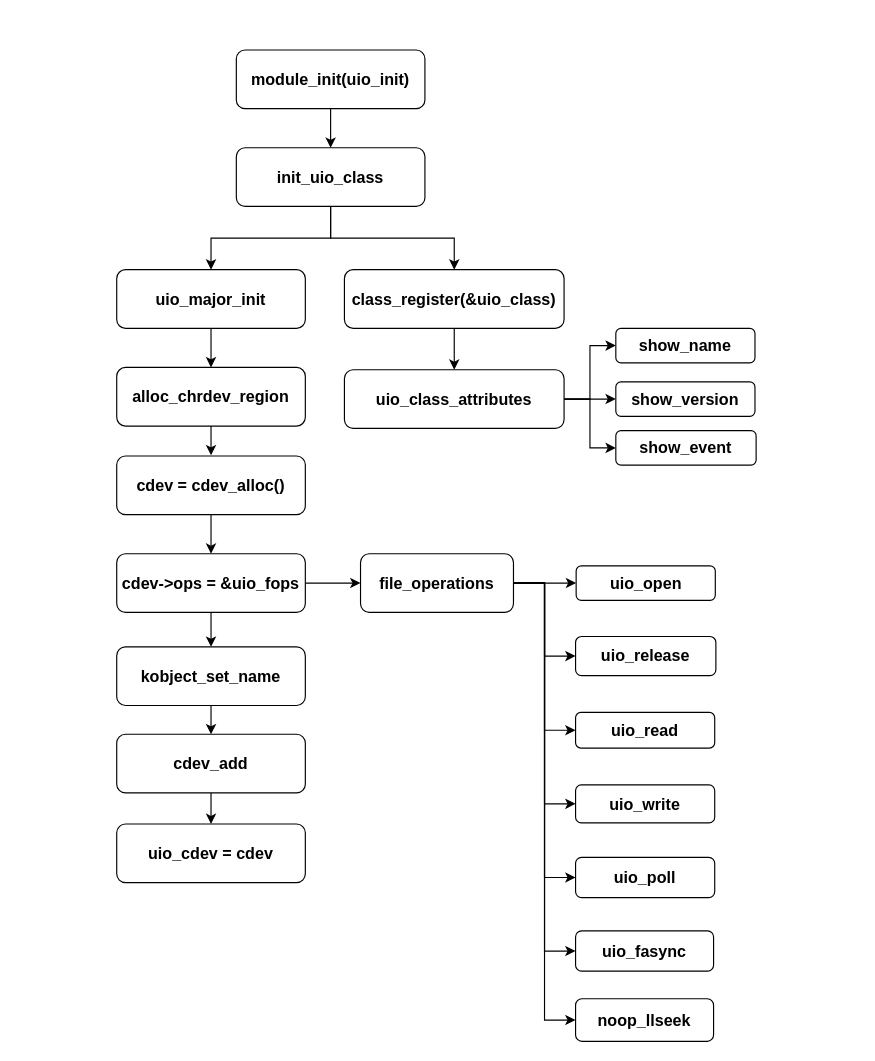
Before: page "第 1 页" (1 of 2) of img/uio驱动注册流程.drawio in yangpo95/Images, a draw.io diagram. Source tidied: cells renumbered, new cells numbered last; positions are measured from the earlier drawing's top-left corner, leaving out a move shared by most shapes. Both pictures are drawn from the tidied source at 115%, with x=0, y=0 at pixel (116, 49).
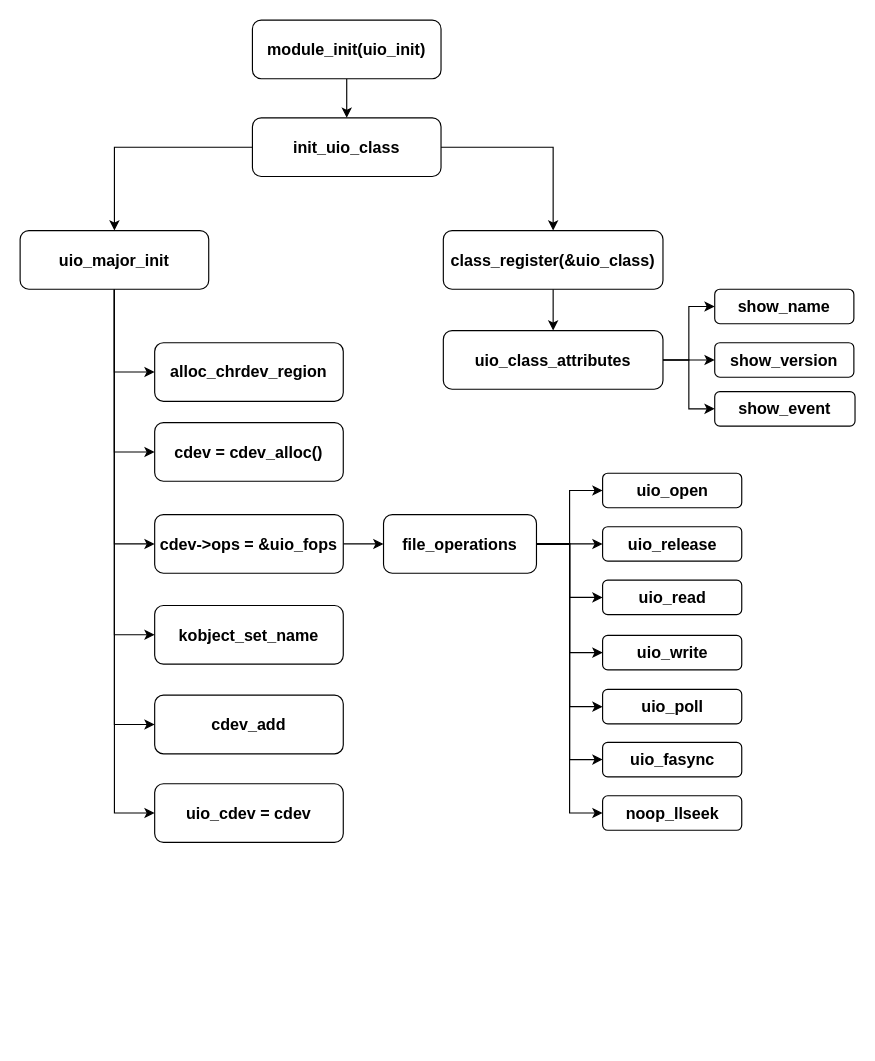
Above is the later version.

Commit message:
更新uio驱动注册流程.drawio

Change to the diagram source:
```diff
@@
-    <mxCell id="2" style="edgeStyle=orthogonalEdgeStyle;rounded=0;jettySize=auto;html=1;entryX=0.5;entryY=0;entryDx=0;entryDy=0;" parent="1" edge="1" source="3" target="6">
+    <mxCell id="2" style="edgeStyle=orthogonalEdgeStyle;rounded=0;jettySize=auto;html=1;entryX=0.5;entryY=0;entryDx=0;entryDy=0;spacing=2;fontFamily=Helvetica;" parent="1" edge="1" source="3" target="6">
       <mxGeometry relative="1" as="geometry" />
     </mxCell>
-    <mxCell id="3" value="&lt;font style=&quot;font-size: 14px&quot;&gt;&lt;b&gt;module_init(uio_init)&lt;/b&gt;&lt;/font&gt;" style="rounded=1;whiteSpace=wrap;html=1;" parent="1" vertex="1">
-      <mxGeometry x="104" width="164" height="51" as="geometry" />
+    <mxCell id="3" value="&lt;font style=&quot;font-size: 14px&quot;&gt;&lt;b&gt;module_init(uio_init)&lt;/b&gt;&lt;/font&gt;" style="rounded=1;whiteSpace=wrap;html=1;spacing=2;fontFamily=Helvetica;" parent="1" vertex="1">
+      <mxGeometry x="118" y="-26" width="164" height="51" as="geometry" />
     </mxCell>
+    <mxCell id="5" style="edgeStyle=orthogonalEdgeStyle;rounded=0;jettySize=auto;html=1;fontFamily=Helvetica;fontColor=#000000;" parent="1" edge="1" source="6" target="8">
+      <mxGeometry relative="1" as="geometry" />
+    </mxCell>
-    <mxCell id="4" style="edgeStyle=orthogonalEdgeStyle;rounded=0;jettySize=auto;html=1;entryX=0.5;entryY=0;entryDx=0;entryDy=0;" parent="1" edge="1" source="6" target="10">
+    <mxCell id="4" style="edgeStyle=orthogonalEdgeStyle;rounded=0;jettySize=auto;html=1;fontFamily=Helvetica;fontColor=#000000;" parent="1" edge="1" source="6" target="10">
       <mxGeometry relative="1" as="geometry" />
     </mxCell>
-    <mxCell id="5" style="edgeStyle=orthogonalEdgeStyle;rounded=0;jettySize=auto;html=1;" parent="1" edge="1" source="6" target="8">
-      <mxGeometry relative="1" as="geometry" />
-    </mxCell>
-    <mxCell id="6" value="&lt;font style=&quot;font-size: 14px&quot;&gt;&lt;b&gt;init_uio_class&lt;/b&gt;&lt;/font&gt;" style="rounded=1;whiteSpace=wrap;html=1;" parent="1" vertex="1">
-      <mxGeometry x="104" y="85" width="164" height="51" as="geometry" />
+    <mxCell id="6" value="&lt;font style=&quot;font-size: 14px&quot;&gt;&lt;b&gt;init_uio_class&lt;/b&gt;&lt;/font&gt;" style="rounded=1;whiteSpace=wrap;html=1;spacing=2;fontFamily=Helvetica;" parent="1" vertex="1">
+      <mxGeometry x="118" y="59" width="164" height="51" as="geometry" />
     </mxCell>
-    <mxCell id="7" style="edgeStyle=orthogonalEdgeStyle;rounded=0;jettySize=auto;html=1;entryX=0.5;entryY=0;entryDx=0;entryDy=0;" parent="1" edge="1" source="8" target="12">
+    <mxCell id="7" style="edgeStyle=orthogonalEdgeStyle;rounded=0;jettySize=auto;html=1;entryX=0;entryY=0.5;entryDx=0;entryDy=0;fontFamily=Helvetica;fontColor=#000000;" parent="1" edge="1" source="8" target="12">
       <mxGeometry relative="1" as="geometry" />
     </mxCell>
+    <mxCell id="45" style="edgeStyle=orthogonalEdgeStyle;rounded=0;jettySize=auto;html=1;entryX=0;entryY=0.5;entryDx=0;entryDy=0;fontFamily=Helvetica;fontColor=#000000;" parent="1" edge="1" source="8" target="14">
+      <mxGeometry relative="1" as="geometry" />
+    </mxCell>
+    <mxCell id="46" style="edgeStyle=orthogonalEdgeStyle;rounded=0;jettySize=auto;html=1;entryX=0;entryY=0.5;entryDx=0;entryDy=0;fontFamily=Helvetica;fontColor=#000000;" parent="1" edge="1" source="8" target="21">
+      <mxGeometry relative="1" as="geometry" />
+    </mxCell>
+    <mxCell id="47" style="edgeStyle=orthogonalEdgeStyle;rounded=0;jettySize=auto;html=1;entryX=0;entryY=0.5;entryDx=0;entryDy=0;fontFamily=Helvetica;fontColor=#000000;" parent="1" edge="1" source="8" target="16">
+      <mxGeometry relative="1" as="geometry" />
+    </mxCell>
+    <mxCell id="48" style="edgeStyle=orthogonalEdgeStyle;rounded=0;jettySize=auto;html=1;entryX=0;entryY=0.5;entryDx=0;entryDy=0;fontFamily=Helvetica;fontColor=#000000;" parent="1" edge="1" source="8" target="18">
+      <mxGeometry relative="1" as="geometry" />
+    </mxCell>
+    <mxCell id="49" style="edgeStyle=orthogonalEdgeStyle;rounded=0;jettySize=auto;html=1;entryX=0;entryY=0.5;entryDx=0;entryDy=0;fontFamily=Helvetica;fontColor=#000000;" parent="1" edge="1" source="8" target="30">
+      <mxGeometry relative="1" as="geometry" />
+    </mxCell>
-    <mxCell id="8" value="&lt;font style=&quot;font-size: 14px&quot;&gt;&lt;b&gt;uio_major_init&lt;/b&gt;&lt;/font&gt;" style="rounded=1;whiteSpace=wrap;html=1;" parent="1" vertex="1">
-      <mxGeometry y="191" width="164" height="51" as="geometry" />
+    <mxCell id="8" value="&lt;font style=&quot;font-size: 14px&quot;&gt;&lt;b&gt;uio_major_init&lt;/b&gt;&lt;/font&gt;" style="rounded=1;whiteSpace=wrap;html=1;spacing=2;fontFamily=Helvetica;" parent="1" vertex="1">
+      <mxGeometry x="-84" y="157" width="164" height="51" as="geometry" />
     </mxCell>
-    <mxCell id="9" style="edgeStyle=orthogonalEdgeStyle;rounded=0;jettySize=auto;html=1;" parent="1" edge="1" source="10" target="41">
+    <mxCell id="9" style="edgeStyle=orthogonalEdgeStyle;rounded=0;jettySize=auto;html=1;spacing=2;fontFamily=Helvetica;" parent="1" edge="1" source="10" target="41">
       <mxGeometry relative="1" as="geometry" />
     </mxCell>
-    <mxCell id="10" value="&lt;span style=&quot;font-size: 14px&quot;&gt;&lt;b&gt;class_register(&amp;amp;uio_class)&lt;/b&gt;&lt;/span&gt;" style="rounded=1;whiteSpace=wrap;html=1;" parent="1" vertex="1">
-      <mxGeometry x="198" y="191" width="191" height="51" as="geometry" />
+    <mxCell id="10" value="&lt;span style=&quot;font-size: 14px&quot;&gt;&lt;b&gt;class_register(&amp;amp;uio_class)&lt;/b&gt;&lt;/span&gt;" style="rounded=1;whiteSpace=wrap;html=1;spacing=2;fontFamily=Helvetica;" parent="1" vertex="1">
+      <mxGeometry x="284" y="157" width="191" height="51" as="geometry" />
     </mxCell>
-    <mxCell id="11" style="edgeStyle=orthogonalEdgeStyle;rounded=0;jettySize=auto;html=1;" parent="1" edge="1" source="12">
-      <mxGeometry relative="1" as="geometry">
-        <mxPoint x="82" y="352.4" as="targetPoint" />
-      </mxGeometry>
-    </mxCell>
-    <mxCell id="12" value="&lt;span style=&quot;font-size: 14px&quot;&gt;&lt;b&gt;alloc_chrdev_region&lt;/b&gt;&lt;/span&gt;" style="rounded=1;whiteSpace=wrap;html=1;" parent="1" vertex="1">
-      <mxGeometry y="276" width="164" height="51" as="geometry" />
+    <mxCell id="12" value="&lt;span style=&quot;font-size: 14px&quot;&gt;&lt;b&gt;alloc_chrdev_region&lt;/b&gt;&lt;/span&gt;" style="rounded=1;whiteSpace=wrap;html=1;spacing=2;fontFamily=Helvetica;" parent="1" vertex="1">
+      <mxGeometry x="33" y="254.5" width="164" height="51" as="geometry" />
     </mxCell>
-    <mxCell id="13" style="edgeStyle=orthogonalEdgeStyle;rounded=0;jettySize=auto;html=1;exitX=0.5;exitY=1;exitDx=0;exitDy=0;entryX=0.5;entryY=0;entryDx=0;entryDy=0;" parent="1" edge="1" source="14" target="21">
-      <mxGeometry relative="1" as="geometry" />
-    </mxCell>
-    <mxCell id="14" value="&lt;span style=&quot;font-size: 14px&quot;&gt;&lt;b&gt;cdev = cdev_alloc()&lt;/b&gt;&lt;/span&gt;" style="rounded=1;whiteSpace=wrap;html=1;" parent="1" vertex="1">
-      <mxGeometry y="353" width="164" height="51" as="geometry" />
+    <mxCell id="14" value="&lt;span style=&quot;font-size: 14px&quot;&gt;&lt;b&gt;cdev = cdev_alloc()&lt;/b&gt;&lt;/span&gt;" style="rounded=1;whiteSpace=wrap;html=1;spacing=2;fontFamily=Helvetica;" parent="1" vertex="1">
+      <mxGeometry x="33" y="324" width="164" height="51" as="geometry" />
     </mxCell>
-    <mxCell id="15" style="edgeStyle=orthogonalEdgeStyle;rounded=0;jettySize=auto;html=1;entryX=0.5;entryY=0;entryDx=0;entryDy=0;" parent="1" edge="1" source="16" target="18">
-      <mxGeometry relative="1" as="geometry" />
-    </mxCell>
-    <mxCell id="16" value="&lt;span style=&quot;font-size: 14px&quot;&gt;&lt;b&gt;kobject_set_name&lt;/b&gt;&lt;/span&gt;" style="rounded=1;whiteSpace=wrap;html=1;" parent="1" vertex="1">
-      <mxGeometry y="519" width="164" height="51" as="geometry" />
+    <mxCell id="16" value="&lt;span style=&quot;font-size: 14px&quot;&gt;&lt;b&gt;kobject_set_name&lt;/b&gt;&lt;/span&gt;" style="rounded=1;whiteSpace=wrap;html=1;spacing=2;fontFamily=Helvetica;" parent="1" vertex="1">
+      <mxGeometry x="33" y="483" width="164" height="51" as="geometry" />
     </mxCell>
-    <mxCell id="17" style="edgeStyle=orthogonalEdgeStyle;rounded=0;jettySize=auto;html=1;entryX=0.5;entryY=0;entryDx=0;entryDy=0;" parent="1" edge="1" source="18" target="30">
-      <mxGeometry relative="1" as="geometry" />
-    </mxCell>
-    <mxCell id="18" value="&lt;span style=&quot;text-align: left&quot;&gt;&lt;b&gt;&lt;font style=&quot;font-size: 14px&quot;&gt;cdev_add&lt;/font&gt;&lt;/b&gt;&lt;/span&gt;" style="rounded=1;whiteSpace=wrap;html=1;" parent="1" vertex="1">
-      <mxGeometry y="595" width="164" height="51" as="geometry" />
+    <mxCell id="18" value="&lt;span style=&quot;text-align: left&quot;&gt;&lt;b&gt;&lt;font style=&quot;font-size: 14px&quot;&gt;cdev_add&lt;/font&gt;&lt;/b&gt;&lt;/span&gt;" style="rounded=1;whiteSpace=wrap;html=1;spacing=2;fontFamily=Helvetica;" parent="1" vertex="1">
+      <mxGeometry x="33" y="561" width="164" height="51" as="geometry" />
     </mxCell>
-    <mxCell id="19" style="edgeStyle=orthogonalEdgeStyle;rounded=0;jettySize=auto;html=1;exitX=0.5;exitY=1;exitDx=0;exitDy=0;" parent="1" edge="1" source="21" target="16">
-      <mxGeometry relative="1" as="geometry" />
-    </mxCell>
-    <mxCell id="20" style="edgeStyle=orthogonalEdgeStyle;rounded=0;jettySize=auto;html=1;entryX=0;entryY=0.5;entryDx=0;entryDy=0;" parent="1" edge="1" source="21" target="29">
+    <mxCell id="20" style="edgeStyle=orthogonalEdgeStyle;rounded=0;jettySize=auto;html=1;entryX=0;entryY=0.5;entryDx=0;entryDy=0;spacing=2;fontFamily=Helvetica;" parent="1" edge="1" source="21" target="29">
       <mxGeometry relative="1" as="geometry" />
     </mxCell>
-    <mxCell id="21" value="&lt;span style=&quot;font-size: 14px&quot;&gt;&lt;b&gt;cdev-&amp;gt;ops = &amp;amp;uio_fops&lt;/b&gt;&lt;/span&gt;" style="rounded=1;whiteSpace=wrap;html=1;" parent="1" vertex="1">
-      <mxGeometry y="438" width="164" height="51" as="geometry" />
+    <mxCell id="21" value="&lt;span style=&quot;font-size: 14px&quot;&gt;&lt;b&gt;cdev-&amp;gt;ops = &amp;amp;uio_fops&lt;/b&gt;&lt;/span&gt;" style="rounded=1;whiteSpace=wrap;html=1;spacing=2;fontFamily=Helvetica;" parent="1" vertex="1">
+      <mxGeometry x="33" y="404" width="164" height="51" as="geometry" />
     </mxCell>
-    <mxCell id="22" style="edgeStyle=orthogonalEdgeStyle;rounded=0;jettySize=auto;html=1;entryX=0;entryY=0.5;entryDx=0;entryDy=0;" parent="1" edge="1" source="29" target="34">
-      <mxGeometry relative="1" as="geometry" />
-    </mxCell>
-    <mxCell id="23" style="edgeStyle=orthogonalEdgeStyle;rounded=0;jettySize=auto;html=1;entryX=0;entryY=0.5;entryDx=0;entryDy=0;" parent="1" edge="1" source="29" target="31">
+    <mxCell id="23" style="edgeStyle=orthogonalEdgeStyle;rounded=0;jettySize=auto;html=1;entryX=0;entryY=0.5;entryDx=0;entryDy=0;spacing=2;fontFamily=Helvetica;" parent="1" edge="1" source="29" target="31">
       <mxGeometry relative="1" as="geometry" />
     </mxCell>
-    <mxCell id="24" style="edgeStyle=orthogonalEdgeStyle;rounded=0;jettySize=auto;html=1;entryX=0;entryY=0.5;entryDx=0;entryDy=0;" parent="1" edge="1" source="29" target="32">
+    <mxCell id="24" style="edgeStyle=orthogonalEdgeStyle;rounded=0;jettySize=auto;html=1;entryX=0;entryY=0.5;entryDx=0;entryDy=0;fontFamily=Helvetica;fontColor=#000000;" parent="1" edge="1" source="29" target="32">
       <mxGeometry relative="1" as="geometry" />
     </mxCell>
-    <mxCell id="25" style="edgeStyle=orthogonalEdgeStyle;rounded=0;jettySize=auto;html=1;entryX=0;entryY=0.5;entryDx=0;entryDy=0;" parent="1" edge="1" source="29" target="33">
+    <mxCell id="25" style="edgeStyle=orthogonalEdgeStyle;rounded=0;jettySize=auto;html=1;entryX=0;entryY=0.5;entryDx=0;entryDy=0;fontFamily=Helvetica;fontColor=#000000;" parent="1" edge="1" source="29" target="33">
       <mxGeometry relative="1" as="geometry" />
     </mxCell>
+    <mxCell id="22" style="edgeStyle=orthogonalEdgeStyle;rounded=0;jettySize=auto;html=1;entryX=0;entryY=0.5;entryDx=0;entryDy=0;fontFamily=Helvetica;fontColor=#000000;" parent="1" edge="1" source="29" target="34">
+      <mxGeometry relative="1" as="geometry" />
+    </mxCell>
-    <mxCell id="26" style="edgeStyle=orthogonalEdgeStyle;rounded=0;jettySize=auto;html=1;entryX=0;entryY=0.5;entryDx=0;entryDy=0;" parent="1" edge="1" source="29" target="35">
+    <mxCell id="26" style="edgeStyle=orthogonalEdgeStyle;rounded=0;jettySize=auto;html=1;entryX=0;entryY=0.5;entryDx=0;entryDy=0;fontFamily=Helvetica;fontColor=#000000;" parent="1" edge="1" source="29" target="35">
       <mxGeometry relative="1" as="geometry" />
     </mxCell>
-    <mxCell id="27" style="edgeStyle=orthogonalEdgeStyle;rounded=0;jettySize=auto;html=1;entryX=0;entryY=0.5;entryDx=0;entryDy=0;" parent="1" edge="1" source="29" target="36">
+    <mxCell id="27" style="edgeStyle=orthogonalEdgeStyle;rounded=0;jettySize=auto;html=1;entryX=0;entryY=0.5;entryDx=0;entryDy=0;fontFamily=Helvetica;fontColor=#000000;" parent="1" edge="1" source="29" target="36">
       <mxGeometry relative="1" as="geometry" />
     </mxCell>
-    <mxCell id="28" style="edgeStyle=orthogonalEdgeStyle;rounded=0;jettySize=auto;html=1;entryX=0;entryY=0.5;entryDx=0;entryDy=0;" parent="1" edge="1" source="29" target="37">
+    <mxCell id="28" style="edgeStyle=orthogonalEdgeStyle;rounded=0;jettySize=auto;html=1;entryX=0;entryY=0.5;entryDx=0;entryDy=0;fontFamily=Helvetica;fontColor=#000000;" parent="1" edge="1" source="29" target="37">
       <mxGeometry relative="1" as="geometry" />
     </mxCell>
-    <mxCell id="29" value="&lt;span style=&quot;font-size: 14px&quot;&gt;&lt;b&gt;file_operations&lt;/b&gt;&lt;/span&gt;" style="rounded=1;whiteSpace=wrap;html=1;" parent="1" vertex="1">
-      <mxGeometry x="212" y="438" width="133" height="51" as="geometry" />
+    <mxCell id="29" value="&lt;span style=&quot;font-size: 14px&quot;&gt;&lt;b&gt;file_operations&lt;/b&gt;&lt;/span&gt;" style="rounded=1;whiteSpace=wrap;html=1;spacing=2;fontFamily=Helvetica;" parent="1" vertex="1">
+      <mxGeometry x="232" y="404" width="133" height="51" as="geometry" />
     </mxCell>
-    <mxCell id="30" value="&lt;div style=&quot;text-align: left&quot;&gt;&lt;span style=&quot;font-size: 14px&quot;&gt;&lt;b&gt;uio_cdev = cdev&lt;/b&gt;&lt;/span&gt;&lt;/div&gt;" style="rounded=1;whiteSpace=wrap;html=1;" parent="1" vertex="1">
-      <mxGeometry y="673" width="164" height="51" as="geometry" />
+    <mxCell id="30" value="&lt;div style=&quot;text-align: left&quot;&gt;&lt;span style=&quot;font-size: 14px&quot;&gt;&lt;b&gt;uio_cdev = cdev&lt;/b&gt;&lt;/span&gt;&lt;/div&gt;" style="rounded=1;whiteSpace=wrap;html=1;spacing=2;fontFamily=Helvetica;" parent="1" vertex="1">
+      <mxGeometry x="33" y="638" width="164" height="51" as="geometry" />
     </mxCell>
-    <mxCell id="31" value="&lt;span style=&quot;font-size: 14px&quot;&gt;&lt;b&gt;uio_open&lt;/b&gt;&lt;/span&gt;" style="rounded=1;whiteSpace=wrap;html=1;" parent="1" vertex="1">
-      <mxGeometry x="399.5" y="448.5" width="121" height="30" as="geometry" />
+    <mxCell id="31" value="&lt;span style=&quot;font-size: 14px&quot;&gt;&lt;b&gt;uio_open&lt;/b&gt;&lt;/span&gt;" style="rounded=1;whiteSpace=wrap;html=1;spacing=2;fontFamily=Helvetica;" parent="1" vertex="1">
+      <mxGeometry x="422.5" y="368" width="121" height="30" as="geometry" />
     </mxCell>
-    <mxCell id="32" value="&lt;span style=&quot;font-size: 14px&quot;&gt;&lt;b&gt;uio_release&lt;/b&gt;&lt;/span&gt;" style="rounded=1;whiteSpace=wrap;html=1;" parent="1" vertex="1">
-      <mxGeometry x="399" y="510" width="122" height="34" as="geometry" />
-    </mxCell>
-    <mxCell id="33" value="&lt;span style=&quot;font-size: 14px&quot;&gt;&lt;b&gt;uio_read&lt;/b&gt;&lt;/span&gt;" style="rounded=1;whiteSpace=wrap;html=1;" parent="1" vertex="1">
-      <mxGeometry x="399" y="576" width="121" height="31" as="geometry" />
-    </mxCell>
-    <mxCell id="34" value="&lt;span style=&quot;font-size: 14px&quot;&gt;&lt;b&gt;uio_write&lt;/b&gt;&lt;/span&gt;" style="rounded=1;whiteSpace=wrap;html=1;" parent="1" vertex="1">
-      <mxGeometry x="399" y="639" width="121" height="33" as="geometry" />
-    </mxCell>
-    <mxCell id="35" value="&lt;span style=&quot;font-size: 14px&quot;&gt;&lt;b&gt;uio_poll&lt;/b&gt;&lt;/span&gt;" style="rounded=1;whiteSpace=wrap;html=1;" parent="1" vertex="1">
-      <mxGeometry x="399" y="702" width="121" height="35" as="geometry" />
-    </mxCell>
-    <mxCell id="36" value="&lt;span style=&quot;font-size: 14px&quot;&gt;&lt;b&gt;uio_fasync&lt;/b&gt;&lt;/span&gt;" style="rounded=1;whiteSpace=wrap;html=1;" parent="1" vertex="1">
-      <mxGeometry x="399" y="766" width="120" height="35" as="geometry" />
-    </mxCell>
-    <mxCell id="37" value="&lt;span style=&quot;font-size: 14px&quot;&gt;&lt;b&gt;noop_llseek&lt;/b&gt;&lt;/span&gt;" style="rounded=1;whiteSpace=wrap;html=1;" parent="1" vertex="1">
-      <mxGeometry x="399" y="825" width="120" height="37" as="geometry" />
-    </mxCell>
-    <mxCell id="38" style="edgeStyle=orthogonalEdgeStyle;rounded=0;jettySize=auto;html=1;" parent="1" edge="1" source="41" target="43">
+    <mxCell id="38" style="edgeStyle=orthogonalEdgeStyle;rounded=0;jettySize=auto;html=1;spacing=2;fontFamily=Helvetica;" parent="1" edge="1" source="41" target="43">
       <mxGeometry relative="1" as="geometry" />
     </mxCell>
-    <mxCell id="39" style="edgeStyle=orthogonalEdgeStyle;rounded=0;jettySize=auto;html=1;entryX=0;entryY=0.5;entryDx=0;entryDy=0;" parent="1" edge="1" source="41" target="42">
+    <mxCell id="39" style="edgeStyle=orthogonalEdgeStyle;rounded=0;jettySize=auto;html=1;entryX=0;entryY=0.5;entryDx=0;entryDy=0;spacing=2;fontFamily=Helvetica;" parent="1" edge="1" source="41" target="42">
       <mxGeometry relative="1" as="geometry" />
     </mxCell>
-    <mxCell id="40" style="edgeStyle=orthogonalEdgeStyle;rounded=0;jettySize=auto;html=1;entryX=0;entryY=0.5;entryDx=0;entryDy=0;" parent="1" edge="1" source="41" target="44">
+    <mxCell id="40" style="edgeStyle=orthogonalEdgeStyle;rounded=0;jettySize=auto;html=1;entryX=0;entryY=0.5;entryDx=0;entryDy=0;spacing=2;fontFamily=Helvetica;" parent="1" edge="1" source="41" target="44">
       <mxGeometry relative="1" as="geometry" />
     </mxCell>
-    <mxCell id="41" value="&lt;span style=&quot;font-size: 14px&quot;&gt;&lt;b&gt;uio_class_attributes&lt;/b&gt;&lt;/span&gt;" style="rounded=1;whiteSpace=wrap;html=1;" parent="1" vertex="1">
-      <mxGeometry x="198" y="278" width="191" height="51" as="geometry" />
+    <mxCell id="41" value="&lt;span style=&quot;font-size: 14px&quot;&gt;&lt;b&gt;uio_class_attributes&lt;/b&gt;&lt;/span&gt;" style="rounded=1;whiteSpace=wrap;html=1;spacing=2;fontFamily=Helvetica;" parent="1" vertex="1">
+      <mxGeometry x="284" y="244" width="191" height="51" as="geometry" />
     </mxCell>
-    <mxCell id="42" value="&lt;span style=&quot;font-size: 14px&quot;&gt;&lt;b&gt;show_name&lt;/b&gt;&lt;/span&gt;" style="rounded=1;whiteSpace=wrap;html=1;" parent="1" vertex="1">
-      <mxGeometry x="434" y="242" width="121" height="30" as="geometry" />
+    <mxCell id="42" value="&lt;span style=&quot;font-size: 14px&quot;&gt;&lt;b&gt;show_name&lt;/b&gt;&lt;/span&gt;" style="rounded=1;whiteSpace=wrap;html=1;spacing=2;fontFamily=Helvetica;" parent="1" vertex="1">
+      <mxGeometry x="520" y="208" width="121" height="30" as="geometry" />
     </mxCell>
-    <mxCell id="43" value="&lt;span style=&quot;font-size: 14px&quot;&gt;&lt;b&gt;show_version&lt;/b&gt;&lt;/span&gt;" style="rounded=1;whiteSpace=wrap;html=1;" parent="1" vertex="1">
-      <mxGeometry x="434" y="288.5" width="121" height="30" as="geometry" />
+    <mxCell id="43" value="&lt;span style=&quot;font-size: 14px&quot;&gt;&lt;b&gt;show_version&lt;/b&gt;&lt;/span&gt;" style="rounded=1;whiteSpace=wrap;html=1;spacing=2;fontFamily=Helvetica;" parent="1" vertex="1">
+      <mxGeometry x="520" y="254.5" width="121" height="30" as="geometry" />
     </mxCell>
-    <mxCell id="44" value="&lt;span style=&quot;font-size: 14px&quot;&gt;&lt;b&gt;show_event&lt;/b&gt;&lt;/span&gt;" style="rounded=1;whiteSpace=wrap;html=1;" parent="1" vertex="1">
-      <mxGeometry x="434" y="331" width="122" height="30" as="geometry" />
+    <mxCell id="44" value="&lt;span style=&quot;font-size: 14px&quot;&gt;&lt;b&gt;show_event&lt;/b&gt;&lt;/span&gt;" style="rounded=1;whiteSpace=wrap;html=1;spacing=2;fontFamily=Helvetica;" parent="1" vertex="1">
+      <mxGeometry x="520" y="297" width="122" height="30" as="geometry" />
     </mxCell>
+    <mxCell id="32" value="&lt;b style=&quot;font-size: 14px&quot;&gt;uio_release&lt;/b&gt;" style="rounded=1;whiteSpace=wrap;html=1;spacing=2;fontFamily=Helvetica;" parent="1" vertex="1">
+      <mxGeometry x="422.5" y="414.5" width="121" height="30" as="geometry" />
+    </mxCell>
+    <mxCell id="33" value="&lt;b style=&quot;font-size: 14px&quot;&gt;uio_read&lt;/b&gt;" style="rounded=1;whiteSpace=wrap;html=1;spacing=2;fontFamily=Helvetica;" parent="1" vertex="1">
+      <mxGeometry x="422.5" y="461" width="121" height="30" as="geometry" />
+    </mxCell>
+    <mxCell id="35" value="&lt;b style=&quot;font-size: 14px&quot;&gt;uio_poll&lt;/b&gt;" style="rounded=1;whiteSpace=wrap;html=1;spacing=2;fontFamily=Helvetica;" parent="1" vertex="1">
+      <mxGeometry x="422.5" y="556" width="121" height="30" as="geometry" />
+    </mxCell>
+    <mxCell id="34" value="&lt;b style=&quot;font-size: 14px&quot;&gt;uio_write&lt;/b&gt;" style="rounded=1;whiteSpace=wrap;html=1;spacing=2;fontFamily=Helvetica;" parent="1" vertex="1">
+      <mxGeometry x="422.5" y="509" width="121" height="30" as="geometry" />
+    </mxCell>
+    <mxCell id="36" value="&lt;b style=&quot;font-size: 14px&quot;&gt;uio_fasync&lt;/b&gt;" style="rounded=1;whiteSpace=wrap;html=1;spacing=2;fontFamily=Helvetica;" parent="1" vertex="1">
+      <mxGeometry x="422.5" y="602" width="121" height="30" as="geometry" />
+    </mxCell>
+    <mxCell id="37" value="&lt;b style=&quot;font-size: 14px&quot;&gt;noop_llseek&lt;/b&gt;" style="rounded=1;whiteSpace=wrap;html=1;spacing=2;fontFamily=Helvetica;" parent="1" vertex="1">
+      <mxGeometry x="422.5" y="648.5" width="121" height="30" as="geometry" />
+    </mxCell>
```
